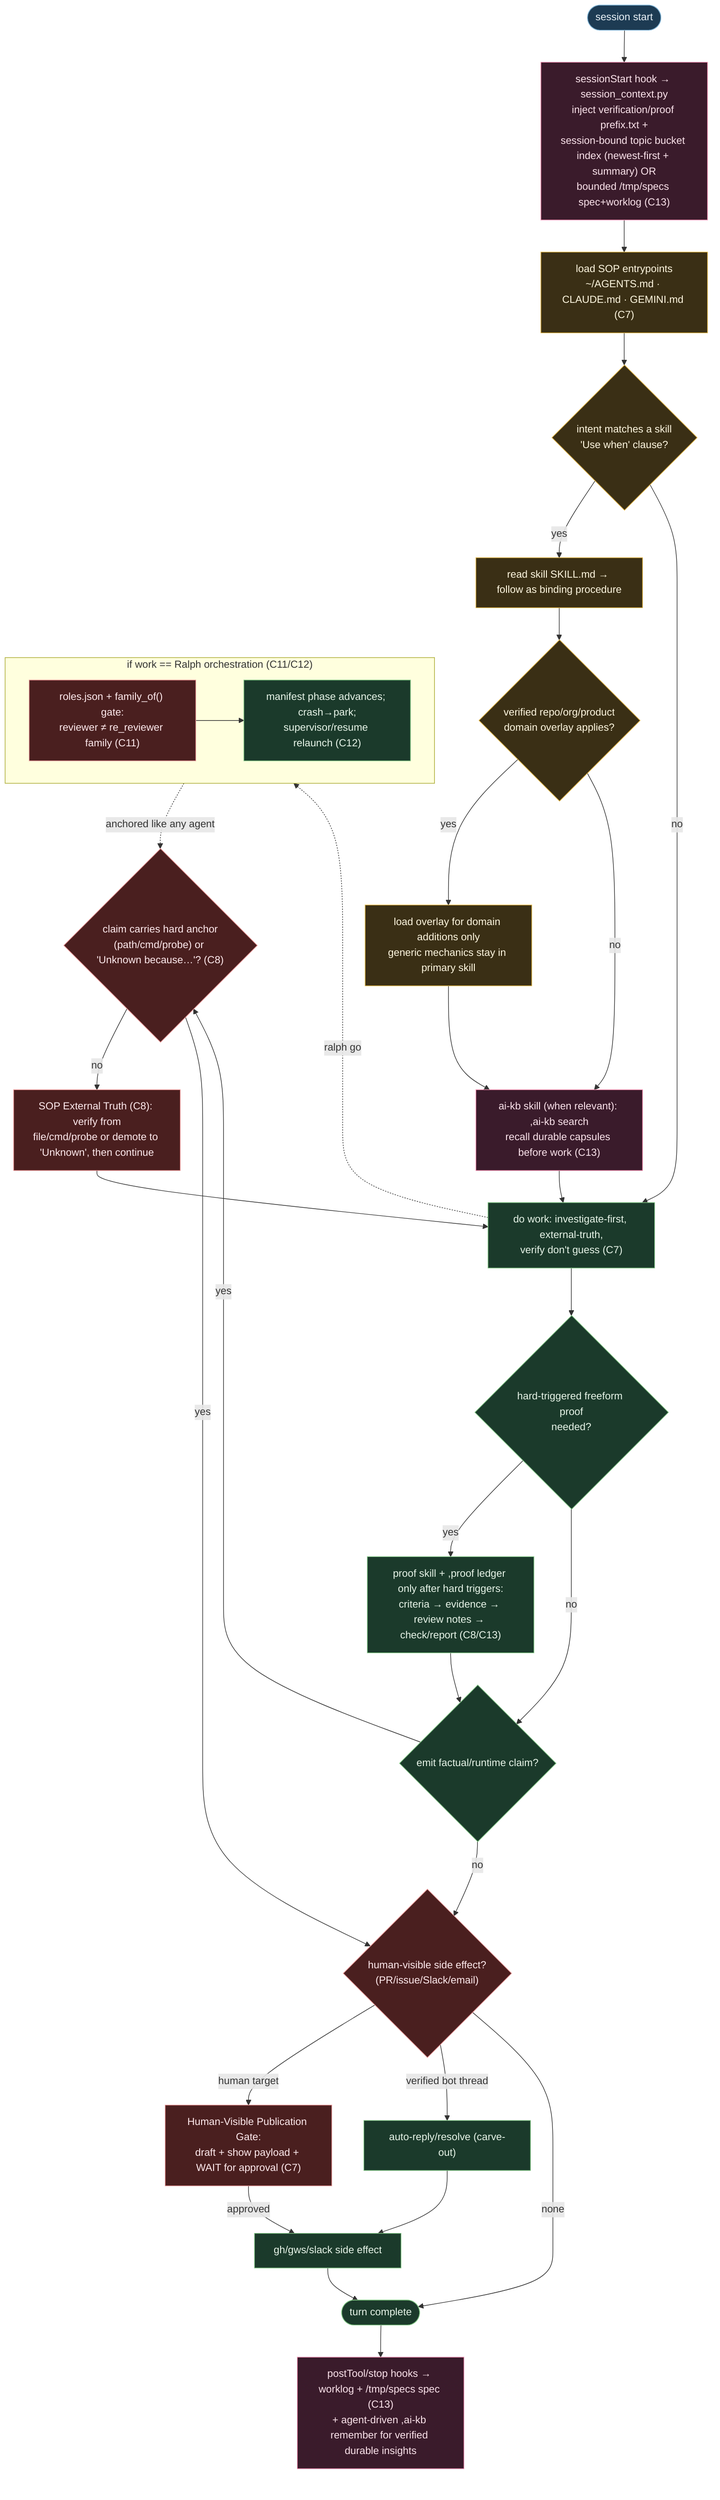
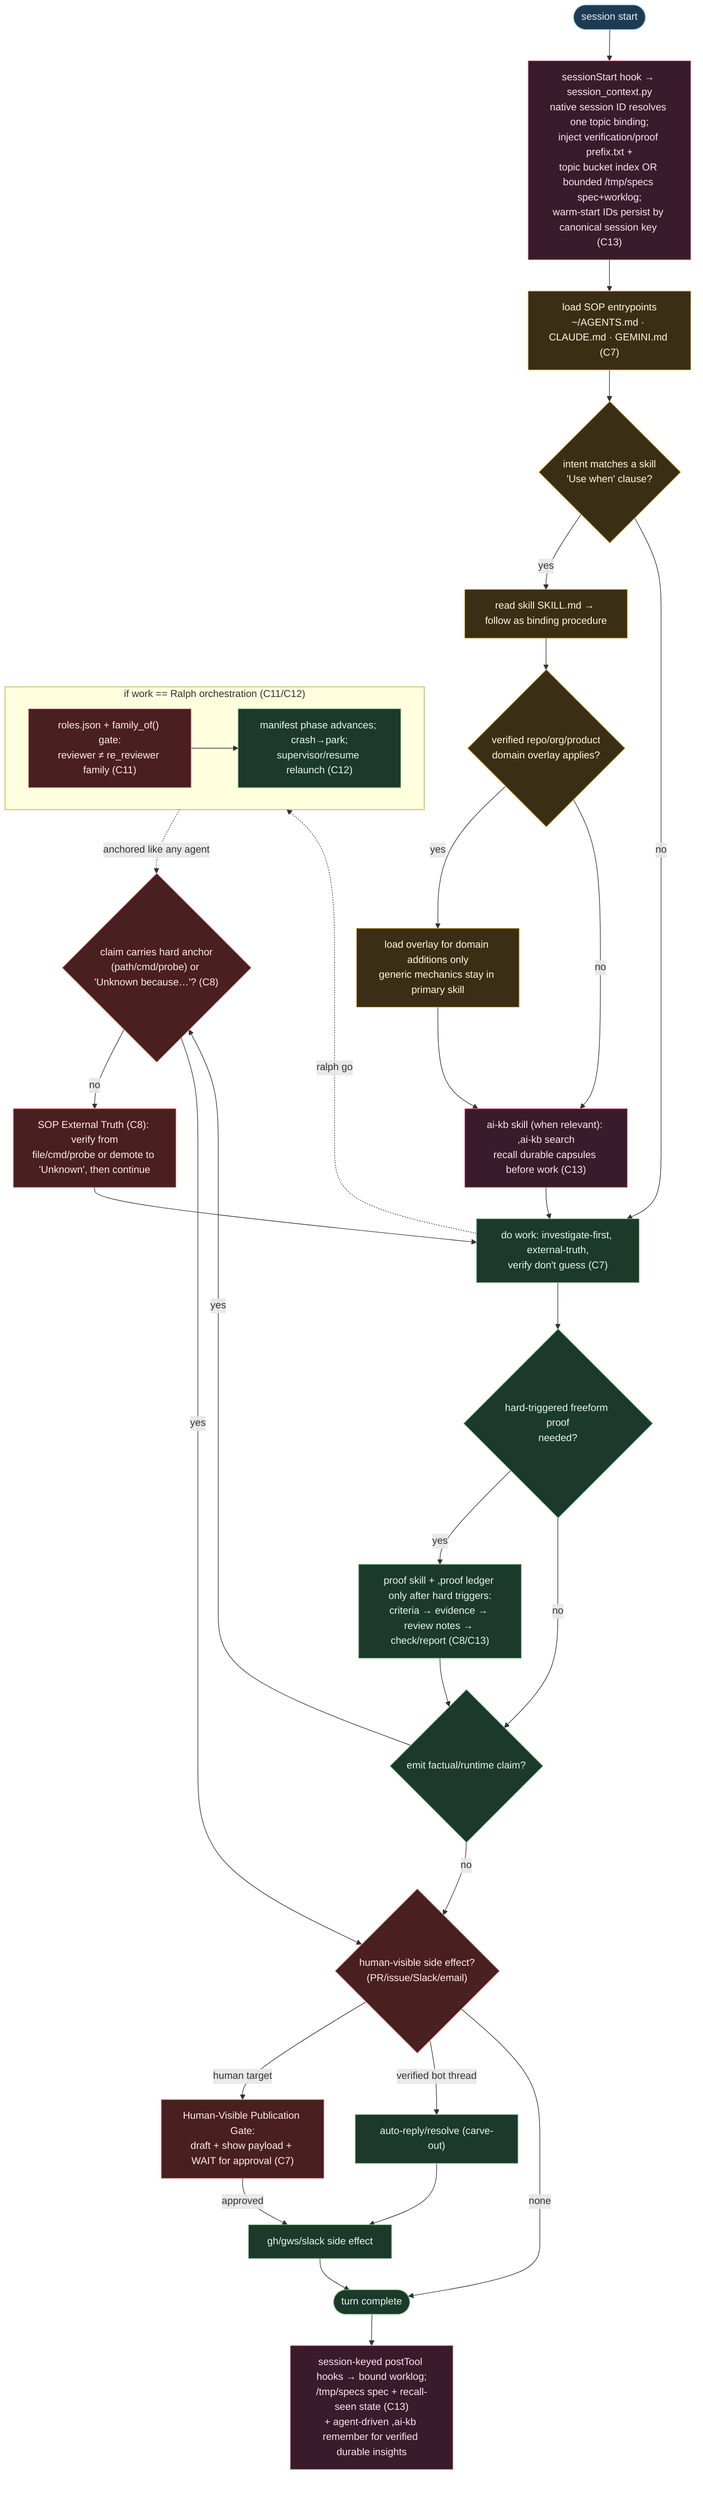
%% ============================================================================
%% S2-flow-agent-runtime.mmd — FLOW: one agent turn as a governed pipeline.
%% Traces a prompt from session start → governance load → verify loop → gated
%% side effects → memory. Realizes C7, C8, C13 (and C11/C12 when work is Ralph).
%% Files are nodes ON the control flow. (drill: 03, 03b, 04, 04b, 12)
%% ============================================================================
flowchart TB
    classDef in fill:#1d3b53,stroke:#7fb3d5,color:#eaf2f8;
    classDef gov fill:#3a2f15,stroke:#e0b341,color:#fff8e1;
    classDef loop fill:#1b3a2b,stroke:#81c784,color:#e8f5e9;
    classDef gate fill:#4a1f1f,stroke:#ef9a9a,color:#ffebee;
    classDef mem fill:#3a1b2b,stroke:#f48fb1,color:#fce4ec;

    START(["session start"]):::in
-     START --> SS["sessionStart hook → session_context.py<br/>inject verification/proof prefix.txt +<br/>session-bound topic bucket index (newest-first + summary) OR<br/>bounded /tmp/specs spec+worklog (C13)"]:::mem
+     START --> SS["sessionStart hook → session_context.py<br/>native session ID resolves one topic binding;<br/>inject verification/proof prefix.txt +<br/>topic bucket index OR bounded /tmp/specs spec+worklog;<br/>warm-start IDs persist by canonical session key (C13)"]:::mem
    SS --> SOP["load SOP entrypoints<br/>~/AGENTS.md · CLAUDE.md · GEMINI.md (C7)"]:::gov
    SOP --> SKILL{"intent matches a skill<br/>'Use when' clause?"}:::gov
    SKILL -->|yes| LOAD["read skill SKILL.md → follow as binding procedure"]:::gov
    SKILL -->|no| WORK
    LOAD --> DOMAIN{"verified repo/org/product<br/>domain overlay applies?"}:::gov
    DOMAIN -->|yes| DLOAD["load overlay for domain additions only<br/>generic mechanics stay in primary skill"]:::gov
    DOMAIN -->|no| RECALL
    DLOAD --> RECALL
    RECALL["ai-kb skill (when relevant): ,ai-kb search<br/>recall durable capsules before work (C13)"]:::mem
    RECALL --> WORK
    WORK["do work: investigate-first, external-truth,<br/>verify don't guess (C7)"]:::loop
    PROOF["proof skill + ,proof ledger only after hard triggers:<br/>criteria → evidence → review notes → check/report (C8/C13)"]:::loop

    WORK --> PHARD{"hard-triggered freeform proof<br/>needed?"}:::loop
    PHARD -->|yes| PROOF
    PHARD -->|no| CLAIM{"emit factual/runtime claim?"}:::loop
    PROOF --> CLAIM
    CLAIM -->|yes| ANCHOR{"claim carries hard anchor<br/>(path/cmd/probe) or 'Unknown because…'? (C8)"}:::gate
    ANCHOR -->|no| RETRY["SOP External Truth (C8): verify from<br/>file/cmd/probe or demote to 'Unknown', then continue"]:::gate
    RETRY --> WORK
    ANCHOR -->|yes| SIDE
    CLAIM -->|no| SIDE

    SIDE{"human-visible side effect?<br/>(PR/issue/Slack/email)"}:::gate
    SIDE -->|"human target"| HGATE["Human-Visible Publication Gate:<br/>draft + show payload + WAIT for approval (C7)"]:::gate
    SIDE -->|"verified bot thread"| AUTO["auto-reply/resolve (carve-out)"]:::loop
    SIDE -->|none| DONE
    HGATE -->|approved| EMIT["gh/gws/slack side effect"]:::loop
    AUTO --> EMIT
    EMIT --> DONE

    DONE(["turn complete"]):::loop
-     DONE --> PERSIST["postTool/stop hooks → worklog + /tmp/specs spec (C13)<br/>+ agent-driven ,ai-kb remember for verified durable insights"]:::mem
+     DONE --> PERSIST["session-keyed postTool hooks → bound worklog;<br/>/tmp/specs spec + recall-seen state (C13)<br/>+ agent-driven ,ai-kb remember for verified durable insights"]:::mem

    subgraph RALPH["if work == Ralph orchestration (C11/C12)"]
        direction LR
        RR["roles.json + family_of() gate:<br/>reviewer ≠ re_reviewer family (C11)"]:::gate
        SM["manifest phase advances; crash→park;<br/>supervisor/resume relaunch (C12)"]:::loop
        RR --> SM
    end
    WORK -. "ralph go" .-> RALPH
    SM -. "anchored like any agent" .-> ANCHOR
